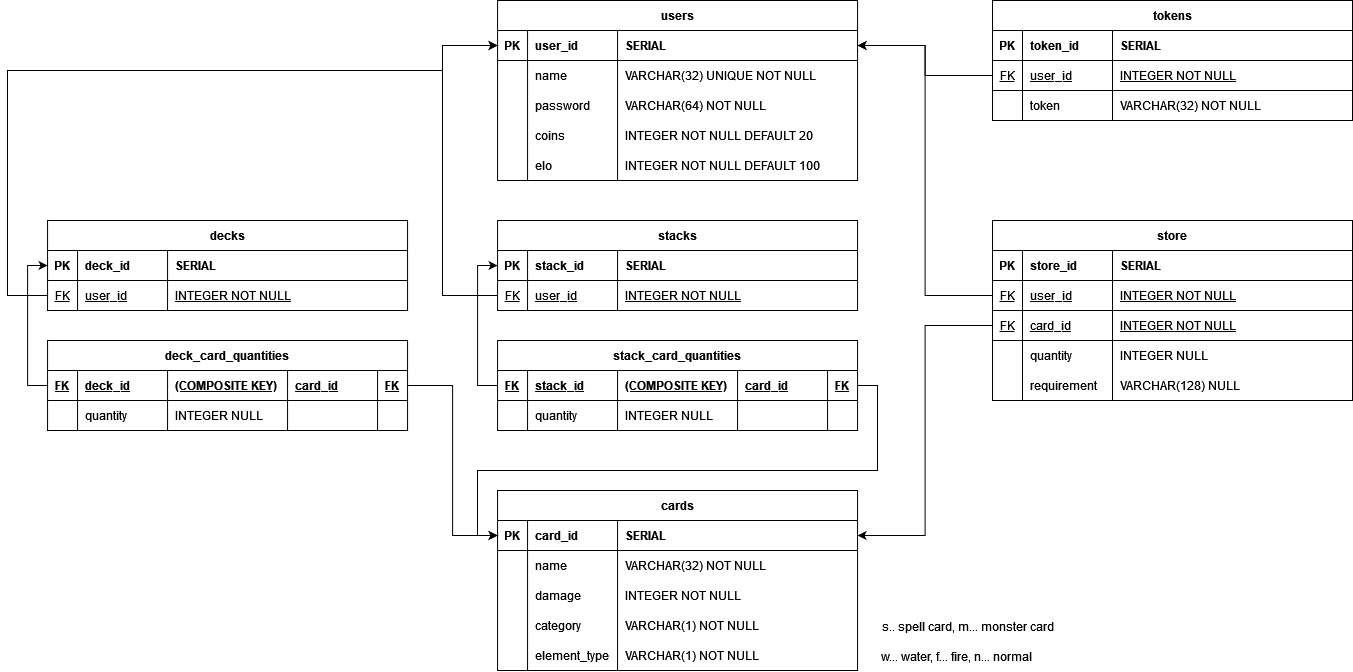
Before: database/EntityRelationshipDiagram.drawio.png, a diagram exported from draw.io (FelixSchuster/MonsterTradingCardGame). Source tidied: cells renumbered, new cells last; positions are measured from the earlier drawing's top-left corner, leaving out a move shared by most shapes.
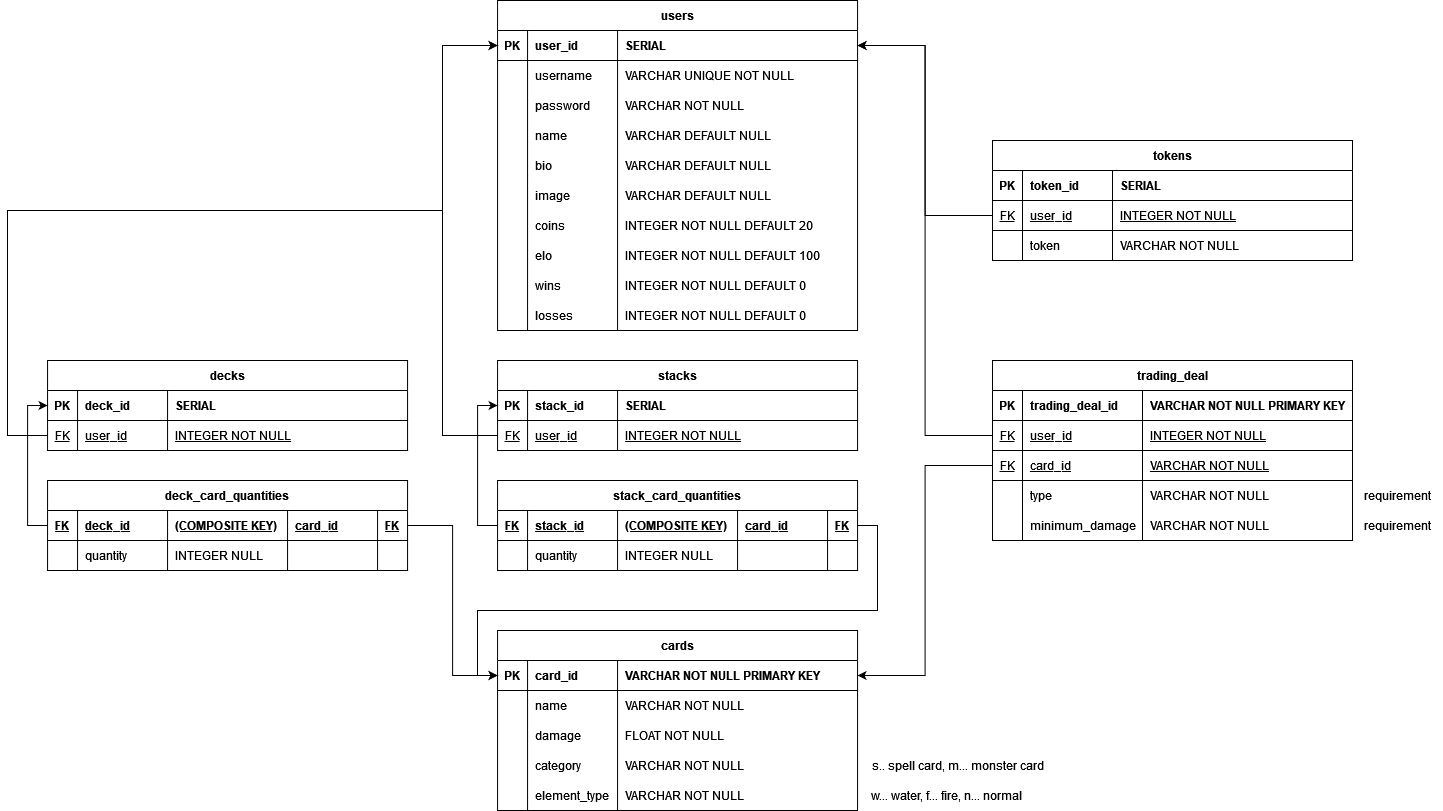
Later version of the same file.

Diff of the diagram source:
```diff
@@ -5,3 +5,3 @@
     <mxCell id="2" value="users" style="shape=table;startSize=30;rowLines=0;fontStyle=1;align=center;" parent="1" vertex="1">
-      <mxGeometry x="490.1" width="360" height="180" as="geometry" />
+      <mxGeometry x="490.1" y="-140" width="360" height="330" as="geometry" />
     </mxCell>
@@ -22,11 +22,11 @@
     </mxCell>
-    <mxCell id="8" style="shape=partialRectangle;overflow=hidden;fillColor=none;top=0;left=0;bottom=0;right=0;" parent="7" vertex="1">
-      <mxGeometry width="30" height="30" as="geometry" />
-    </mxCell>
-    <mxCell id="9" value="name" style="shape=partialRectangle;overflow=hidden;fillColor=none;top=0;left=0;bottom=0;right=0;align=left;spacingLeft=6;" parent="7" vertex="1">
-      <mxGeometry x="30" width="90" height="30" as="geometry" />
-    </mxCell>
-    <mxCell id="10" value="VARCHAR(32) UNIQUE NOT NULL" style="shape=partialRectangle;overflow=hidden;fillColor=none;top=0;left=0;bottom=0;right=0;align=left;spacingLeft=6;" parent="7" vertex="1">
-      <mxGeometry x="120" width="240" height="30" as="geometry" />
-    </mxCell>
+    <mxCell id="133" style="shape=partialRectangle;overflow=hidden;fillColor=none;top=0;left=0;bottom=0;right=0;" parent="7" vertex="1">
+      <mxGeometry width="30" height="30" as="geometry" />
+    </mxCell>
+    <mxCell id="134" value="username" style="shape=partialRectangle;overflow=hidden;fillColor=none;top=0;left=0;bottom=0;right=0;align=left;spacingLeft=6;" parent="7" vertex="1">
+      <mxGeometry x="30" width="90" height="30" as="geometry" />
+    </mxCell>
+    <mxCell id="135" value="VARCHAR UNIQUE NOT NULL" style="shape=partialRectangle;overflow=hidden;fillColor=none;top=0;left=0;bottom=0;right=0;align=left;spacingLeft=6;" parent="7" vertex="1">
+      <mxGeometry x="120" width="240" height="30" as="geometry" />
+    </mxCell>
     <mxCell id="11" style="shape=partialRectangle;fillColor=none;top=0;left=0;right=0;bottom=0;" parent="2" vertex="1">
@@ -40,7 +40,43 @@
     </mxCell>
-    <mxCell id="14" value="VARCHAR(64) NOT NULL" style="shape=partialRectangle;overflow=hidden;fillColor=none;top=0;left=0;bottom=0;right=0;align=left;spacingLeft=6;" parent="11" vertex="1">
+    <mxCell id="14" value="VARCHAR NOT NULL" style="shape=partialRectangle;overflow=hidden;fillColor=none;top=0;left=0;bottom=0;right=0;align=left;spacingLeft=6;" parent="11" vertex="1">
       <mxGeometry x="120" width="240" height="30" as="geometry" />
     </mxCell>
+    <mxCell id="136" style="shape=partialRectangle;fillColor=none;top=0;left=0;right=0;bottom=0;" parent="2" vertex="1">
+      <mxGeometry y="120" width="360" height="30" as="geometry" />
+    </mxCell>
+    <mxCell id="137" style="shape=partialRectangle;overflow=hidden;fillColor=none;top=0;left=0;bottom=0;right=0;" parent="136" vertex="1">
+      <mxGeometry width="30" height="30" as="geometry" />
+    </mxCell>
+    <mxCell id="9" value="name" style="shape=partialRectangle;overflow=hidden;fillColor=none;top=0;left=0;bottom=0;right=0;align=left;spacingLeft=6;" parent="136" vertex="1">
+      <mxGeometry x="30" width="90" height="30" as="geometry" />
+    </mxCell>
+    <mxCell id="138" value="VARCHAR DEFAULT NULL" style="shape=partialRectangle;overflow=hidden;fillColor=none;top=0;left=0;bottom=0;right=0;align=left;spacingLeft=6;" parent="136" vertex="1">
+      <mxGeometry x="120" width="240" height="30" as="geometry" />
+    </mxCell>
+    <mxCell id="139" style="shape=partialRectangle;fillColor=none;top=0;left=0;right=0;bottom=0;" parent="2" vertex="1">
+      <mxGeometry y="150" width="360" height="30" as="geometry" />
+    </mxCell>
+    <mxCell id="140" style="shape=partialRectangle;overflow=hidden;fillColor=none;top=0;left=0;bottom=0;right=0;" parent="139" vertex="1">
+      <mxGeometry width="30" height="30" as="geometry" />
+    </mxCell>
+    <mxCell id="141" value="bio" style="shape=partialRectangle;overflow=hidden;fillColor=none;top=0;left=0;bottom=0;right=0;align=left;spacingLeft=6;" parent="139" vertex="1">
+      <mxGeometry x="30" width="90" height="30" as="geometry" />
+    </mxCell>
+    <mxCell id="142" value="VARCHAR DEFAULT NULL" style="shape=partialRectangle;overflow=hidden;fillColor=none;top=0;left=0;bottom=0;right=0;align=left;spacingLeft=6;" parent="139" vertex="1">
+      <mxGeometry x="120" width="240" height="30" as="geometry" />
+    </mxCell>
+    <mxCell id="143" style="shape=partialRectangle;fillColor=none;top=0;left=0;right=0;bottom=0;" parent="2" vertex="1">
+      <mxGeometry y="180" width="360" height="30" as="geometry" />
+    </mxCell>
+    <mxCell id="144" style="shape=partialRectangle;overflow=hidden;fillColor=none;top=0;left=0;bottom=0;right=0;" parent="143" vertex="1">
+      <mxGeometry width="30" height="30" as="geometry" />
+    </mxCell>
+    <mxCell id="145" value="image" style="shape=partialRectangle;overflow=hidden;fillColor=none;top=0;left=0;bottom=0;right=0;align=left;spacingLeft=6;" parent="143" vertex="1">
+      <mxGeometry x="30" width="90" height="30" as="geometry" />
+    </mxCell>
+    <mxCell id="146" value="VARCHAR DEFAULT NULL" style="shape=partialRectangle;overflow=hidden;fillColor=none;top=0;left=0;bottom=0;right=0;align=left;spacingLeft=6;" parent="143" vertex="1">
+      <mxGeometry x="120" width="240" height="30" as="geometry" />
+    </mxCell>
     <mxCell id="15" style="shape=partialRectangle;fillColor=none;top=0;left=0;right=0;bottom=0;" parent="2" vertex="1">
-      <mxGeometry y="120" width="360" height="30" as="geometry" />
+      <mxGeometry y="210" width="360" height="30" as="geometry" />
     </mxCell>
@@ -56,3 +92,3 @@
     <mxCell id="19" style="shape=partialRectangle;fillColor=none;top=0;left=0;right=0;bottom=0;" parent="2" vertex="1">
-      <mxGeometry y="150" width="360" height="30" as="geometry" />
+      <mxGeometry y="240" width="360" height="30" as="geometry" />
     </mxCell>
@@ -67,2 +103,26 @@
     </mxCell>
+    <mxCell id="147" style="shape=partialRectangle;fillColor=none;top=0;left=0;right=0;bottom=0;" parent="2" vertex="1">
+      <mxGeometry y="270" width="360" height="30" as="geometry" />
+    </mxCell>
+    <mxCell id="148" style="shape=partialRectangle;overflow=hidden;fillColor=none;top=0;left=0;bottom=0;right=0;" parent="147" vertex="1">
+      <mxGeometry width="30" height="30" as="geometry" />
+    </mxCell>
+    <mxCell id="149" value="wins" style="shape=partialRectangle;overflow=hidden;fillColor=none;top=0;left=0;bottom=0;right=0;align=left;spacingLeft=6;" parent="147" vertex="1">
+      <mxGeometry x="30" width="90" height="30" as="geometry" />
+    </mxCell>
+    <mxCell id="150" value="INTEGER NOT NULL DEFAULT 0" style="shape=partialRectangle;overflow=hidden;fillColor=none;top=0;left=0;bottom=0;right=0;align=left;spacingLeft=6;" parent="147" vertex="1">
+      <mxGeometry x="120" width="240" height="30" as="geometry" />
+    </mxCell>
+    <mxCell id="151" style="shape=partialRectangle;fillColor=none;top=0;left=0;right=0;bottom=0;" parent="2" vertex="1">
+      <mxGeometry y="300" width="360" height="30" as="geometry" />
+    </mxCell>
+    <mxCell id="152" style="shape=partialRectangle;overflow=hidden;fillColor=none;top=0;left=0;bottom=0;right=0;" parent="151" vertex="1">
+      <mxGeometry width="30" height="30" as="geometry" />
+    </mxCell>
+    <mxCell id="153" value="losses" style="shape=partialRectangle;overflow=hidden;fillColor=none;top=0;left=0;bottom=0;right=0;align=left;spacingLeft=6;" parent="151" vertex="1">
+      <mxGeometry x="30" width="90" height="30" as="geometry" />
+    </mxCell>
+    <mxCell id="154" value="INTEGER NOT NULL DEFAULT 0" style="shape=partialRectangle;overflow=hidden;fillColor=none;top=0;left=0;bottom=0;right=0;align=left;spacingLeft=6;" parent="151" vertex="1">
+      <mxGeometry x="120" width="240" height="30" as="geometry" />
+    </mxCell>
     <mxCell id="23" value="cards" style="shape=table;startSize=30;rowLines=0;fontStyle=1;align=center;" parent="1" vertex="1">
@@ -79,3 +139,3 @@
     </mxCell>
-    <mxCell id="27" value="SERIAL" style="shape=partialRectangle;overflow=hidden;fillColor=none;top=0;left=0;bottom=0;right=0;align=left;spacingLeft=6;fontStyle=1;" parent="24" vertex="1">
+    <mxCell id="27" value="VARCHAR NOT NULL PRIMARY KEY" style="shape=partialRectangle;overflow=hidden;fillColor=none;top=0;left=0;bottom=0;right=0;align=left;spacingLeft=6;fontStyle=1;" parent="24" vertex="1">
       <mxGeometry x="120" width="240" height="30" as="geometry" />
@@ -91,3 +151,3 @@
     </mxCell>
-    <mxCell id="31" value="VARCHAR(32) NOT NULL" style="shape=partialRectangle;overflow=hidden;fillColor=none;top=0;left=0;bottom=0;right=0;align=left;spacingLeft=6;" parent="28" vertex="1">
+    <mxCell id="31" value="VARCHAR NOT NULL" style="shape=partialRectangle;overflow=hidden;fillColor=none;top=0;left=0;bottom=0;right=0;align=left;spacingLeft=6;" parent="28" vertex="1">
       <mxGeometry x="120" width="240" height="30" as="geometry" />
@@ -103,3 +163,3 @@
     </mxCell>
-    <mxCell id="35" value="INTEGER NOT NULL" style="shape=partialRectangle;overflow=hidden;fillColor=none;top=0;left=0;bottom=0;right=0;align=left;spacingLeft=6;" parent="32" vertex="1">
+    <mxCell id="35" value="FLOAT NOT NULL" style="shape=partialRectangle;overflow=hidden;fillColor=none;top=0;left=0;bottom=0;right=0;align=left;spacingLeft=6;" parent="32" vertex="1">
       <mxGeometry x="120" width="240" height="30" as="geometry" />
@@ -115,3 +175,3 @@
     </mxCell>
-    <mxCell id="39" value="VARCHAR(1) NOT NULL" style="shape=partialRectangle;overflow=hidden;fillColor=none;top=0;left=0;bottom=0;right=0;align=left;spacingLeft=6;" parent="36" vertex="1">
+    <mxCell id="39" value="VARCHAR NOT NULL" style="shape=partialRectangle;overflow=hidden;fillColor=none;top=0;left=0;bottom=0;right=0;align=left;spacingLeft=6;" parent="36" vertex="1">
       <mxGeometry x="120" width="240" height="30" as="geometry" />
@@ -127,3 +187,3 @@
     </mxCell>
-    <mxCell id="43" value="VARCHAR(1) NOT NULL" style="shape=partialRectangle;overflow=hidden;fillColor=none;top=0;left=0;bottom=0;right=0;align=left;spacingLeft=6;" parent="40" vertex="1">
+    <mxCell id="43" value="VARCHAR NOT NULL" style="shape=partialRectangle;overflow=hidden;fillColor=none;top=0;left=0;bottom=0;right=0;align=left;spacingLeft=6;" parent="40" vertex="1">
       <mxGeometry x="120" width="240" height="30" as="geometry" />
@@ -197,6 +257,6 @@
     <mxCell id="66" value="s.. spell card, m... monster card" style="text;html=1;align=center;verticalAlign=middle;strokeColor=none;fillColor=none;" parent="1" vertex="1">
-      <mxGeometry x="860.1" y="611" width="200" height="30" as="geometry" />
+      <mxGeometry x="850.1" y="610" width="200" height="30" as="geometry" />
     </mxCell>
     <mxCell id="67" value="w... water, f... fire, n... normal" style="text;html=1;align=center;verticalAlign=middle;strokeColor=none;fillColor=none;" parent="1" vertex="1">
-      <mxGeometry x="864.1" y="641" width="170" height="30" as="geometry" />
+      <mxGeometry x="854.1" y="640" width="170" height="30" as="geometry" />
     </mxCell>
@@ -238,3 +298,3 @@
     </mxCell>
-    <mxCell id="80" value="VARCHAR(32) NOT NULL" style="shape=partialRectangle;overflow=hidden;fillColor=none;top=0;left=0;bottom=0;right=0;align=left;spacingLeft=6;" parent="77" vertex="1">
+    <mxCell id="80" value="VARCHAR NOT NULL" style="shape=partialRectangle;overflow=hidden;fillColor=none;top=0;left=0;bottom=0;right=0;align=left;spacingLeft=6;" parent="77" vertex="1">
       <mxGeometry x="120" width="240" height="30" as="geometry" />
@@ -330,3 +390,3 @@
           <mxPoint x="435" y="295" />
-          <mxPoint x="435" y="45" />
+          <mxPoint x="435" y="-95" />
         </Array>
@@ -340,3 +400,3 @@
           <mxPoint x="435" y="70" />
-          <mxPoint x="435" y="45" />
+          <mxPoint x="435" y="-95" />
         </Array>
@@ -347,3 +407,3 @@
     </mxCell>
-    <mxCell id="110" value="store" style="shape=table;startSize=30;rowLines=0;fontStyle=1;align=center;" parent="1" vertex="1">
+    <mxCell id="110" value="trading_deal" style="shape=table;startSize=30;rowLines=0;fontStyle=1;align=center;" parent="1" vertex="1">
       <mxGeometry x="985" y="220" width="360" height="180" as="geometry" />
@@ -356,7 +416,7 @@
     </mxCell>
-    <mxCell id="113" value="store_id" style="shape=partialRectangle;overflow=hidden;fillColor=none;top=0;left=0;bottom=0;right=0;align=left;spacingLeft=6;fontStyle=1;" parent="111" vertex="1">
-      <mxGeometry x="30" width="90" height="30" as="geometry" />
+    <mxCell id="113" value="trading_deal_id" style="shape=partialRectangle;overflow=hidden;fillColor=none;top=0;left=0;bottom=0;right=0;align=left;spacingLeft=6;fontStyle=1;" parent="111" vertex="1">
+      <mxGeometry x="30" width="120" height="30" as="geometry" />
     </mxCell>
-    <mxCell id="114" value="SERIAL" style="shape=partialRectangle;overflow=hidden;fillColor=none;top=0;left=0;bottom=0;right=0;align=left;spacingLeft=6;fontStyle=1;" parent="111" vertex="1">
-      <mxGeometry x="120" width="240" height="30" as="geometry" />
+    <mxCell id="114" value="VARCHAR NOT NULL PRIMARY KEY" style="shape=partialRectangle;overflow=hidden;fillColor=none;top=0;left=0;bottom=0;right=0;align=left;spacingLeft=6;fontStyle=1;" parent="111" vertex="1">
+      <mxGeometry x="150" width="210" height="30" as="geometry" />
     </mxCell>
@@ -369,6 +429,6 @@
     <mxCell id="117" value="user_id" style="shape=partialRectangle;overflow=hidden;fillColor=none;top=0;left=0;bottom=0;right=0;align=left;spacingLeft=6;fontStyle=4;" parent="115" vertex="1">
-      <mxGeometry x="30" width="90" height="30" as="geometry" />
+      <mxGeometry x="30" width="120" height="30" as="geometry" />
     </mxCell>
     <mxCell id="118" value="INTEGER NOT NULL" style="shape=partialRectangle;overflow=hidden;fillColor=none;top=0;left=0;bottom=0;right=0;align=left;spacingLeft=6;fontStyle=4;" parent="115" vertex="1">
-      <mxGeometry x="120" width="240" height="30" as="geometry" />
+      <mxGeometry x="150" width="210" height="30" as="geometry" />
     </mxCell>
@@ -381,6 +441,6 @@
     <mxCell id="121" value="card_id" style="shape=partialRectangle;overflow=hidden;fillColor=none;top=0;left=0;bottom=0;right=0;align=left;spacingLeft=6;fontStyle=4;" parent="119" vertex="1">
-      <mxGeometry x="30" width="90" height="30" as="geometry" />
+      <mxGeometry x="30" width="120" height="30" as="geometry" />
     </mxCell>
-    <mxCell id="122" value="INTEGER NOT NULL" style="shape=partialRectangle;overflow=hidden;fillColor=none;top=0;left=0;bottom=0;right=0;align=left;spacingLeft=6;fontStyle=4;" parent="119" vertex="1">
-      <mxGeometry x="120" width="240" height="30" as="geometry" />
+    <mxCell id="122" value="VARCHAR NOT NULL" style="shape=partialRectangle;overflow=hidden;fillColor=none;top=0;left=0;bottom=0;right=0;align=left;spacingLeft=6;fontStyle=4;" parent="119" vertex="1">
+      <mxGeometry x="150" width="210" height="30" as="geometry" />
     </mxCell>
@@ -392,7 +452,7 @@
     </mxCell>
-    <mxCell id="125" value="quantity" style="shape=partialRectangle;overflow=hidden;fillColor=none;top=0;left=0;bottom=0;right=0;align=left;spacingLeft=6;" parent="123" vertex="1">
-      <mxGeometry x="30" width="90" height="30" as="geometry" />
+    <mxCell id="125" value="type" style="shape=partialRectangle;overflow=hidden;fillColor=none;top=0;left=0;bottom=0;right=0;align=left;spacingLeft=6;" parent="123" vertex="1">
+      <mxGeometry x="30" width="120" height="30" as="geometry" />
     </mxCell>
-    <mxCell id="126" value="INTEGER NULL" style="shape=partialRectangle;overflow=hidden;fillColor=none;top=0;left=0;bottom=0;right=0;align=left;spacingLeft=6;" parent="123" vertex="1">
-      <mxGeometry x="120" width="240" height="30" as="geometry" />
+    <mxCell id="126" value="VARCHAR NOT NULL" style="shape=partialRectangle;overflow=hidden;fillColor=none;top=0;left=0;bottom=0;right=0;align=left;spacingLeft=6;" parent="123" vertex="1">
+      <mxGeometry x="150" width="210" height="30" as="geometry" />
     </mxCell>
@@ -404,7 +464,7 @@
     </mxCell>
-    <mxCell id="129" value="requirement" style="shape=partialRectangle;overflow=hidden;fillColor=none;top=0;left=0;bottom=0;right=0;align=left;spacingLeft=6;" parent="127" vertex="1">
-      <mxGeometry x="30" width="90" height="30" as="geometry" />
+    <mxCell id="129" value="minimum_damage" style="shape=partialRectangle;overflow=hidden;fillColor=none;top=0;left=0;bottom=0;right=0;align=left;spacingLeft=6;" parent="127" vertex="1">
+      <mxGeometry x="30" width="120" height="30" as="geometry" />
     </mxCell>
-    <mxCell id="130" value="VARCHAR(128) NULL" style="shape=partialRectangle;overflow=hidden;fillColor=none;top=0;left=0;bottom=0;right=0;align=left;spacingLeft=6;" parent="127" vertex="1">
-      <mxGeometry x="120" width="240" height="30" as="geometry" />
+    <mxCell id="130" value="VARCHAR NOT NULL" style="shape=partialRectangle;overflow=hidden;fillColor=none;top=0;left=0;bottom=0;right=0;align=left;spacingLeft=6;" parent="127" vertex="1">
+      <mxGeometry x="150" width="210" height="30" as="geometry" />
     </mxCell>
@@ -416,2 +476,8 @@
     </mxCell>
+    <mxCell id="155" value="requirement" style="text;html=1;align=center;verticalAlign=middle;strokeColor=none;fillColor=none;" parent="1" vertex="1">
+      <mxGeometry x="1345" y="340" width="90" height="30" as="geometry" />
+    </mxCell>
+    <mxCell id="156" value="requirement" style="text;html=1;align=center;verticalAlign=middle;strokeColor=none;fillColor=none;" parent="1" vertex="1">
+      <mxGeometry x="1345" y="370" width="90" height="30" as="geometry" />
+    </mxCell>
   </root>
```
